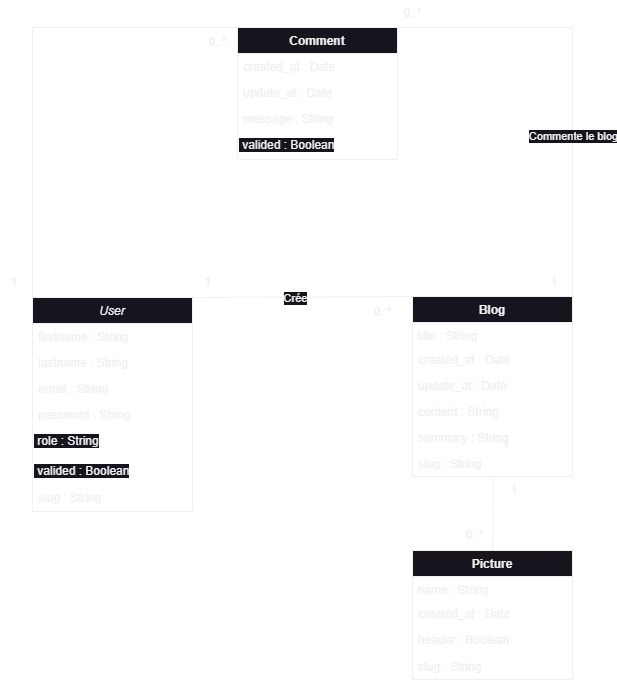
Before: diagramme/Diagramme de classe.png, a diagram exported from draw.io (BretonLud/project_5_blog). Source tidied: cells renumbered, new cells last; positions are measured from the earlier drawing's top-left corner, leaving out a move shared by most shapes.
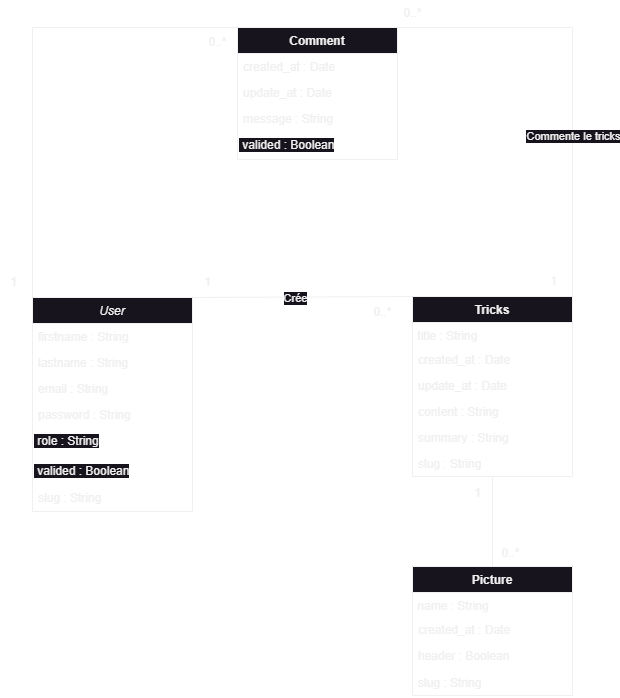
Later version of the same file.

What changed in the source:
```diff
@@ -57,7 +57,7 @@
     <mxCell id="18" value="1" style="text;html=1;align=center;verticalAlign=middle;strokeColor=none;fillColor=none;" parent="1" vertex="1">
       <mxGeometry y="269" width="25" height="26" as="geometry" />
     </mxCell>
-    <mxCell id="19" value="Blog" style="swimlane;fontStyle=1;align=center;verticalAlign=top;horizontal=1;startSize=26;whiteSpace=wrap;html=1;" parent="1" vertex="1">
+    <mxCell id="19" value="Tricks" style="swimlane;fontStyle=1;align=center;verticalAlign=top;horizontal=1;startSize=26;whiteSpace=wrap;html=1;" parent="1" vertex="1">
       <mxGeometry x="412" y="296" width="160" height="180" as="geometry" />
     </mxCell>
     <mxCell id="20" value="&amp;nbsp;title : String" style="text;whiteSpace=wrap;html=1;" parent="19" vertex="1">
@@ -97,7 +97,7 @@
         </Array>
       </mxGeometry>
     </mxCell>
-    <mxCell id="31" value="Commente le blog" style="edgeLabel;html=1;align=center;verticalAlign=middle;" parent="30" vertex="1">
+    <mxCell id="31" value="Commente le tricks" style="edgeLabel;html=1;align=center;verticalAlign=middle;" parent="30" vertex="1">
       <mxGeometry x="0.28" relative="1" as="geometry" />
     </mxCell>
     <mxCell id="32" value="1" style="text;html=1;align=center;verticalAlign=middle;strokeColor=none;fillColor=none;" parent="1" vertex="1">
@@ -107,7 +107,7 @@
       <mxGeometry x="394" width="36" height="26" as="geometry" />
     </mxCell>
     <mxCell id="34" value="Picture" style="swimlane;fontStyle=1;align=center;verticalAlign=top;horizontal=1;startSize=26;whiteSpace=wrap;html=1;" parent="1" vertex="1">
-      <mxGeometry x="412" y="550" width="160" height="129" as="geometry" />
+      <mxGeometry x="412" y="566" width="160" height="129" as="geometry" />
     </mxCell>
     <mxCell id="35" value="&amp;nbsp;name : String" style="text;whiteSpace=wrap;html=1;" parent="34" vertex="1">
       <mxGeometry y="26" width="160" height="24" as="geometry" />
@@ -121,17 +121,14 @@
     <mxCell id="38" value="slug : String" style="text;align=left;verticalAlign=top;spacingLeft=4;spacingRight=4;overflow=hidden;rounded=0;shadow=0;html=0;" parent="34" vertex="1">
       <mxGeometry y="103" width="160" height="26" as="geometry" />
     </mxCell>
-    <mxCell id="39" style="endArrow=none;html=1;rounded=0;entryX=0.5;entryY=0;entryDx=0;entryDy=0;exitX=0.506;exitY=1.077;exitDx=0;exitDy=0;exitPerimeter=0;" parent="1" edge="1" source="25" target="34">
+    <mxCell id="39" style="endArrow=none;html=1;rounded=0;entryX=0.5;entryY=0;entryDx=0;entryDy=0;exitX=0.5;exitY=1.038;exitDx=0;exitDy=0;exitPerimeter=0;" parent="1" edge="1" source="25" target="34">
       <mxGeometry relative="1" as="geometry" />
     </mxCell>
     <mxCell id="40" value="0..*" style="text;html=1;align=center;verticalAlign=middle;strokeColor=none;fillColor=none;" parent="1" vertex="1">
-      <mxGeometry x="456" y="522" width="36" height="26" as="geometry" />
+      <mxGeometry x="492" y="540" width="36" height="26" as="geometry" />
     </mxCell>
-    <mxCell id="41" value="1" style="text;html=1;align=center;verticalAlign=middle;strokeColor=none;fillColor=none;" parent="1" vertex="1">
-      <mxGeometry x="492" y="431" width="25" height="26" as="geometry" />
-    </mxCell>
-    <mxCell id="42" value="1" style="text;html=1;align=center;verticalAlign=middle;strokeColor=none;fillColor=none;" parent="1" vertex="1">
-      <mxGeometry x="500" y="476" width="25" height="26" as="geometry" />
-    </mxCell>
+    <mxCell id="43" value="1" style="text;html=1;align=center;verticalAlign=middle;strokeColor=none;fillColor=none;" parent="1" vertex="1">
+      <mxGeometry x="464" y="480" width="25" height="26" as="geometry" />
+    </mxCell>
   </root>
 </mxGraphModel>
```
